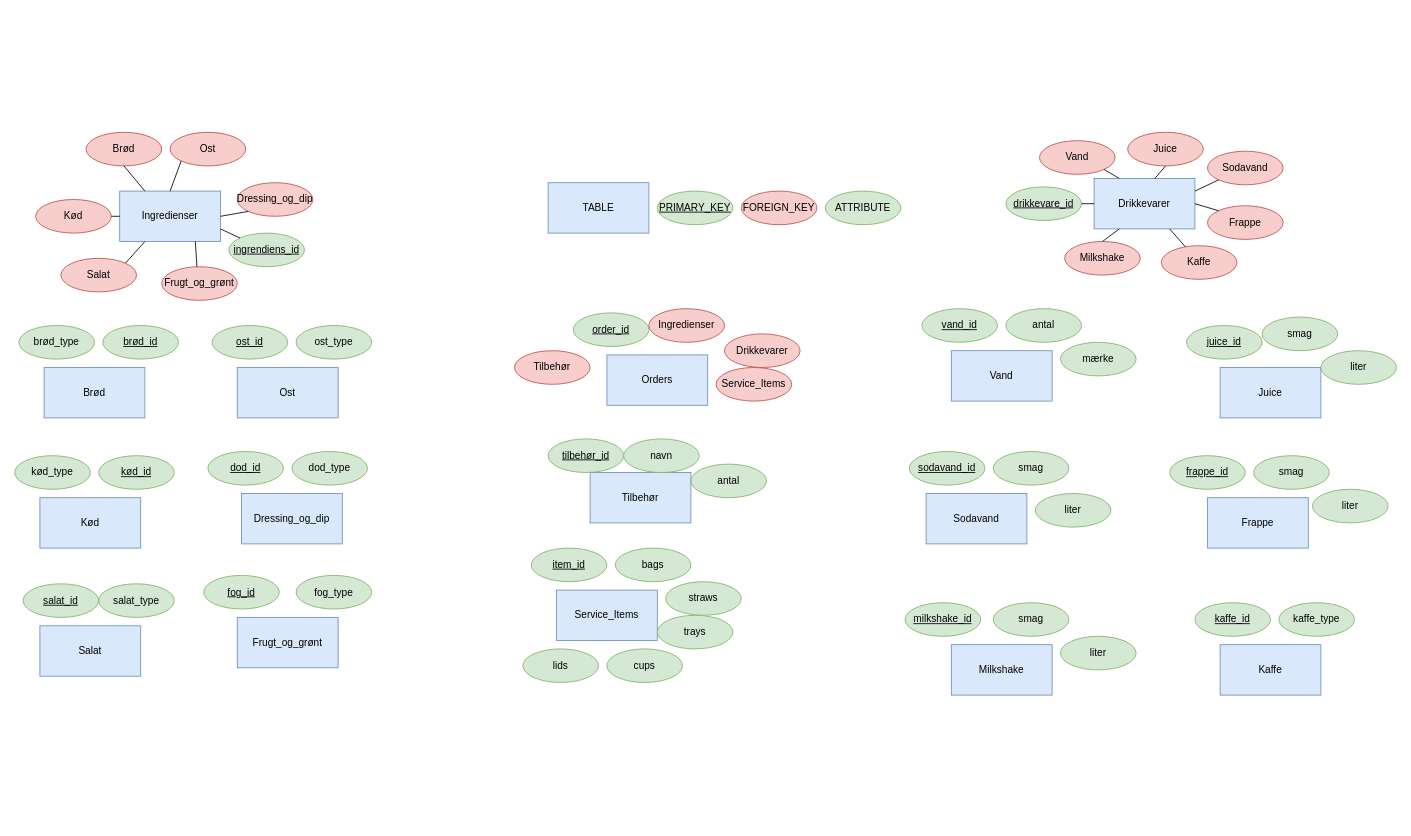
This is Lager_Caseprojekt.drawio from rgammelby/Lager-Case-Projekt, a draw.io file, before an edit. Source tidied: cells renumbered, new cells numbered last; positions are measured from the earlier drawing's top-left corner, leaving out a move shared by most shapes. Both pictures are drawn from the tidied source at 84%, with x=0, y=0 at pixel (14, 132).
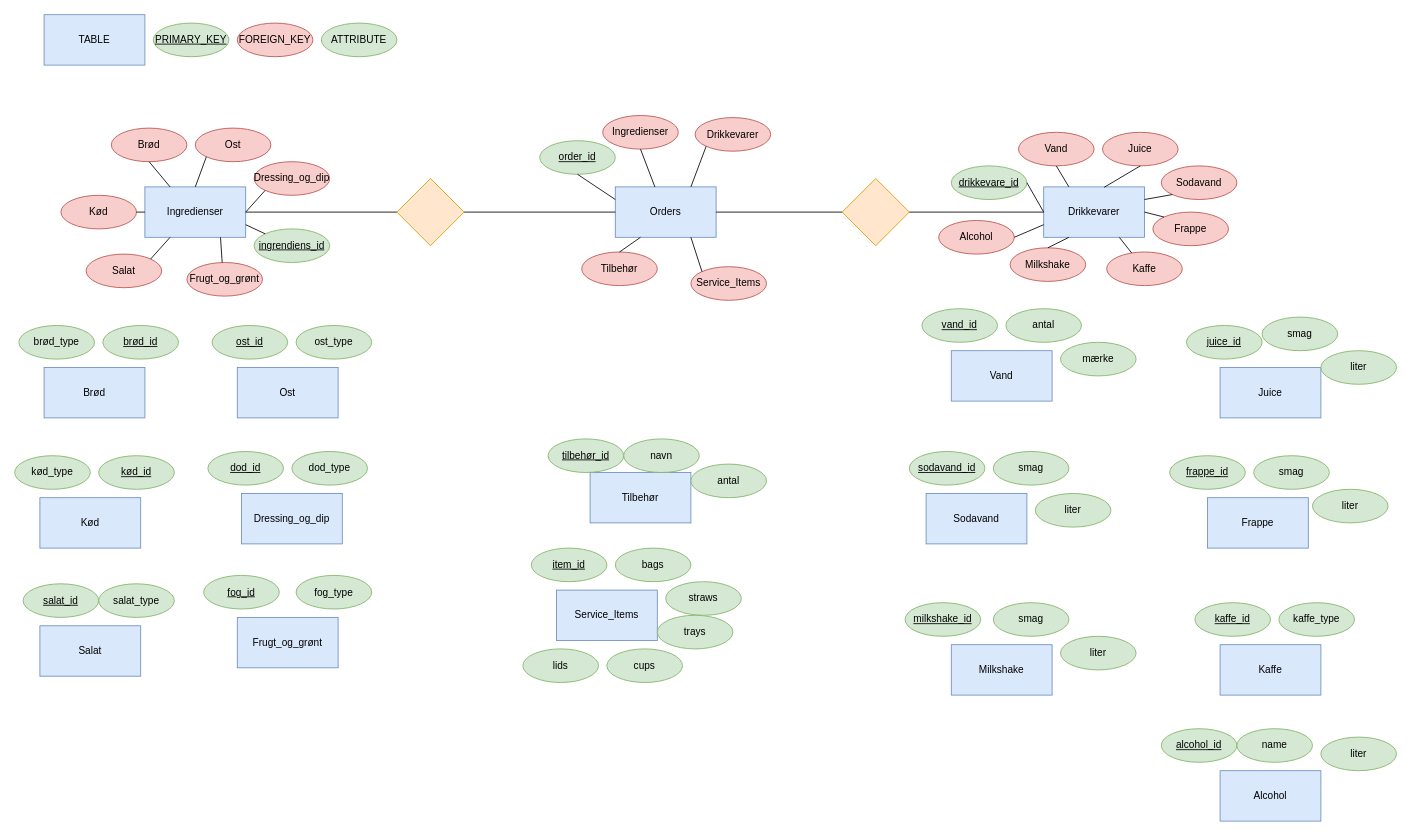
After the change.

Commit message (it also covers changes not shown here):
ER diagram and script updated

Diff of the diagram source:
```diff
@@
     <mxCell id="2" value="Ingredienser" style="rounded=0;whiteSpace=wrap;html=1;fillColor=#dae8fc;strokeColor=#6c8ebf;" parent="1" vertex="1">
-      <mxGeometry x="125" y="70" width="120" height="60" as="geometry" />
+      <mxGeometry x="155" y="65" width="120" height="60" as="geometry" />
     </mxCell>
     <mxCell id="3" value="Drikkevarer" style="rounded=0;whiteSpace=wrap;html=1;fillColor=#dae8fc;strokeColor=#6c8ebf;" parent="1" vertex="1">
-      <mxGeometry x="1285" y="55" width="120" height="60" as="geometry" />
+      <mxGeometry x="1225" y="65" width="120" height="60" as="geometry" />
     </mxCell>
     <mxCell id="4" value="&lt;u&gt;ingrendiens_id&lt;/u&gt;" style="ellipse;whiteSpace=wrap;html=1;fillColor=#d5e8d4;strokeColor=#82b366;" parent="1" vertex="1">
-      <mxGeometry x="255" y="120" width="90" height="40" as="geometry" />
+      <mxGeometry x="285" y="115" width="90" height="40" as="geometry" />
     </mxCell>
@@
     <mxCell id="6" value="Salat" style="ellipse;whiteSpace=wrap;html=1;fillColor=#f8cecc;strokeColor=#b85450;" parent="1" vertex="1">
-      <mxGeometry x="55" y="150" width="90" height="40" as="geometry" />
+      <mxGeometry x="85" y="145" width="90" height="40" as="geometry" />
     </mxCell>
     <mxCell id="7" value="Frugt_og_grønt" style="ellipse;whiteSpace=wrap;html=1;fillColor=#f8cecc;strokeColor=#b85450;" parent="1" vertex="1">
-      <mxGeometry x="175" y="160" width="90" height="40" as="geometry" />
+      <mxGeometry x="205" y="155" width="90" height="40" as="geometry" />
     </mxCell>
     <mxCell id="8" value="Kød" style="ellipse;whiteSpace=wrap;html=1;fillColor=#f8cecc;strokeColor=#b85450;" parent="1" vertex="1">
-      <mxGeometry x="25" y="80" width="90" height="40" as="geometry" />
+      <mxGeometry x="55" y="75" width="90" height="40" as="geometry" />
     </mxCell>
     <mxCell id="9" value="Brød" style="ellipse;whiteSpace=wrap;html=1;fillColor=#f8cecc;strokeColor=#b85450;" parent="1" vertex="1">
-      <mxGeometry x="85" width="90" height="40" as="geometry" />
+      <mxGeometry x="115" y="-5" width="90" height="40" as="geometry" />
     </mxCell>
@@
     <mxCell id="21" value="Ost" style="ellipse;whiteSpace=wrap;html=1;fillColor=#f8cecc;strokeColor=#b85450;" parent="1" vertex="1">
-      <mxGeometry x="185" width="90" height="40" as="geometry" />
+      <mxGeometry x="215" y="-5" width="90" height="40" as="geometry" />
     </mxCell>
@@
     <mxCell id="25" value="Dressing_og_dip" style="ellipse;whiteSpace=wrap;html=1;fillColor=#f8cecc;strokeColor=#b85450;" parent="1" vertex="1">
-      <mxGeometry x="265" y="60" width="90" height="40" as="geometry" />
+      <mxGeometry x="285" y="35" width="90" height="40" as="geometry" />
     </mxCell>
@@
     <mxCell id="29" value="&lt;u&gt;drikkevare_id&lt;/u&gt;" style="ellipse;whiteSpace=wrap;html=1;fillColor=#d5e8d4;strokeColor=#82b366;" parent="1" vertex="1">
-      <mxGeometry x="1180" y="65" width="90" height="40" as="geometry" />
+      <mxGeometry x="1115" y="40" width="90" height="40" as="geometry" />
     </mxCell>
     <mxCell id="30" value="Vand" style="ellipse;whiteSpace=wrap;html=1;fillColor=#f8cecc;strokeColor=#b85450;" parent="1" vertex="1">
-      <mxGeometry x="1220" y="10" width="90" height="40" as="geometry" />
+      <mxGeometry x="1195" width="90" height="40" as="geometry" />
     </mxCell>
     <mxCell id="31" value="Juice" style="ellipse;whiteSpace=wrap;html=1;fillColor=#f8cecc;strokeColor=#b85450;" parent="1" vertex="1">
-      <mxGeometry x="1325" width="90" height="40" as="geometry" />
+      <mxGeometry x="1295" width="90" height="40" as="geometry" />
     </mxCell>
     <mxCell id="32" value="Sodavand" style="ellipse;whiteSpace=wrap;html=1;fillColor=#f8cecc;strokeColor=#b85450;" parent="1" vertex="1">
-      <mxGeometry x="1420" y="22.5" width="90" height="40" as="geometry" />
+      <mxGeometry x="1365" y="40" width="90" height="40" as="geometry" />
     </mxCell>
     <mxCell id="33" value="Milkshake" style="ellipse;whiteSpace=wrap;html=1;fillColor=#f8cecc;strokeColor=#b85450;" parent="1" vertex="1">
-      <mxGeometry x="1250" y="130" width="90" height="40" as="geometry" />
+      <mxGeometry x="1185" y="137.5" width="90" height="40" as="geometry" />
     </mxCell>
     <mxCell id="34" value="Kaffe" style="ellipse;whiteSpace=wrap;html=1;fillColor=#f8cecc;strokeColor=#b85450;" parent="1" vertex="1">
-      <mxGeometry x="1365" y="135" width="90" height="40" as="geometry" />
+      <mxGeometry x="1300" y="142.5" width="90" height="40" as="geometry" />
     </mxCell>
@@
     <mxCell id="44" value="Frappe" style="ellipse;whiteSpace=wrap;html=1;fillColor=#f8cecc;strokeColor=#b85450;" parent="1" vertex="1">
-      <mxGeometry x="1420" y="87.5" width="90" height="40" as="geometry" />
+      <mxGeometry x="1355" y="95" width="90" height="40" as="geometry" />
     </mxCell>
@@
     <mxCell id="70" value="Orders" style="rounded=0;whiteSpace=wrap;html=1;fillColor=#dae8fc;strokeColor=#6c8ebf;" parent="1" vertex="1">
-      <mxGeometry x="705" y="265" width="120" height="60" as="geometry" />
+      <mxGeometry x="715" y="65" width="120" height="60" as="geometry" />
     </mxCell>
     <mxCell id="71" value="&lt;u&gt;order_id&lt;/u&gt;" style="ellipse;whiteSpace=wrap;html=1;fillColor=#d5e8d4;strokeColor=#82b366;" parent="1" vertex="1">
-      <mxGeometry x="665" y="215" width="90" height="40" as="geometry" />
+      <mxGeometry x="625" y="10" width="90" height="40" as="geometry" />
     </mxCell>
@@
     <mxCell id="75" style="endArrow=none;html=1;rounded=0;exitX=0.75;exitY=1;exitDx=0;exitDy=0;entryX=0.578;entryY=0;entryDx=0;entryDy=0;entryPerimeter=0;" parent="1" edge="1" source="2">
       <mxGeometry relative="1" as="geometry">
-        <mxPoint x="217" y="160" as="targetPoint" />
+        <mxPoint x="247" y="155" as="targetPoint" />
       </mxGeometry>
     </mxCell>
@@
     <mxCell id="79" value="TABLE" style="rounded=0;whiteSpace=wrap;html=1;fillColor=#dae8fc;strokeColor=#6c8ebf;" parent="1" vertex="1">
-      <mxGeometry x="635" y="60" width="120" height="60" as="geometry" />
+      <mxGeometry x="35" y="-140" width="120" height="60" as="geometry" />
     </mxCell>
     <mxCell id="80" value="&lt;u&gt;PRIMARY_KEY&lt;/u&gt;" style="ellipse;whiteSpace=wrap;html=1;fillColor=#d5e8d4;strokeColor=#82b366;" parent="1" vertex="1">
-      <mxGeometry x="765" y="70" width="90" height="40" as="geometry" />
+      <mxGeometry x="165" y="-130" width="90" height="40" as="geometry" />
     </mxCell>
     <mxCell id="81" value="ATTRIBUTE" style="ellipse;whiteSpace=wrap;html=1;fillColor=#d5e8d4;strokeColor=#82b366;" parent="1" vertex="1">
-      <mxGeometry x="965" y="70" width="90" height="40" as="geometry" />
+      <mxGeometry x="365" y="-130" width="90" height="40" as="geometry" />
     </mxCell>
     <mxCell id="82" value="FOREIGN_KEY" style="ellipse;whiteSpace=wrap;html=1;fillColor=#f8cecc;strokeColor=#b85450;" parent="1" vertex="1">
-      <mxGeometry x="865" y="70" width="90" height="40" as="geometry" />
+      <mxGeometry x="265" y="-130" width="90" height="40" as="geometry" />
     </mxCell>
@@
-    <mxCell id="84" style="endArrow=none;html=1;rounded=0;exitX=1;exitY=1;exitDx=0;exitDy=0;entryX=0.25;entryY=0;entryDx=0;entryDy=0;" parent="1" edge="1" source="30" target="3">
+    <mxCell id="84" style="endArrow=none;html=1;rounded=0;exitX=0.5;exitY=1;exitDx=0;exitDy=0;entryX=0.25;entryY=0;entryDx=0;entryDy=0;" parent="1" edge="1" source="30" target="3">
       <mxGeometry relative="1" as="geometry" />
     </mxCell>
@@
     <mxCell id="90" value="Ingredienser" style="ellipse;whiteSpace=wrap;html=1;fillColor=#f8cecc;strokeColor=#b85450;" parent="1" vertex="1">
-      <mxGeometry x="755" y="210" width="90" height="40" as="geometry" />
+      <mxGeometry x="700" y="-20" width="90" height="40" as="geometry" />
     </mxCell>
     <mxCell id="91" value="Drikkevarer" style="ellipse;whiteSpace=wrap;html=1;fillColor=#f8cecc;strokeColor=#b85450;" parent="1" vertex="1">
-      <mxGeometry x="845" y="240" width="90" height="40" as="geometry" />
+      <mxGeometry x="810" y="-17.5" width="90" height="40" as="geometry" />
     </mxCell>
     <mxCell id="92" value="Service_Items" style="ellipse;whiteSpace=wrap;html=1;fillColor=#f8cecc;strokeColor=#b85450;" parent="1" vertex="1">
-      <mxGeometry x="835" y="280" width="90" height="40" as="geometry" />
+      <mxGeometry x="805" y="160" width="90" height="40" as="geometry" />
     </mxCell>
     <mxCell id="93" value="Tilbehør" style="ellipse;whiteSpace=wrap;html=1;fillColor=#f8cecc;strokeColor=#b85450;" parent="1" vertex="1">
-      <mxGeometry x="595" y="260" width="90" height="40" as="geometry" />
+      <mxGeometry x="675" y="142.5" width="90" height="40" as="geometry" />
     </mxCell>
+    <mxCell id="94" style="rhombus;whiteSpace=wrap;html=1;fillColor=#ffe6cc;strokeColor=#d79b00;" parent="1" vertex="1">
+      <mxGeometry x="985" y="55" width="80" height="80" as="geometry" />
+    </mxCell>
+    <mxCell id="95" style="rhombus;whiteSpace=wrap;html=1;fillColor=#ffe6cc;strokeColor=#d79b00;" parent="1" vertex="1">
+      <mxGeometry x="455" y="55" width="80" height="80" as="geometry" />
+    </mxCell>
+    <mxCell id="96" style="endArrow=none;html=1;rounded=0;entryX=1;entryY=0.5;entryDx=0;entryDy=0;exitX=0;exitY=0.5;exitDx=0;exitDy=0;" parent="1" edge="1" source="70" target="95">
+      <mxGeometry relative="1" as="geometry" />
+    </mxCell>
+    <mxCell id="97" style="endArrow=none;html=1;rounded=0;entryX=0;entryY=0.5;entryDx=0;entryDy=0;exitX=1;exitY=0.5;exitDx=0;exitDy=0;" parent="1" edge="1" source="2" target="95">
+      <mxGeometry relative="1" as="geometry" />
+    </mxCell>
+    <mxCell id="98" style="endArrow=none;html=1;rounded=0;entryX=1;entryY=0.5;entryDx=0;entryDy=0;exitX=0;exitY=0.5;exitDx=0;exitDy=0;" parent="1" edge="1" source="94" target="70">
+      <mxGeometry relative="1" as="geometry" />
+    </mxCell>
+    <mxCell id="99" style="endArrow=none;html=1;rounded=0;entryX=1;entryY=0.5;entryDx=0;entryDy=0;exitX=0;exitY=0.5;exitDx=0;exitDy=0;" parent="1" edge="1" source="3" target="94">
+      <mxGeometry relative="1" as="geometry" />
+    </mxCell>
+    <mxCell id="100" style="endArrow=none;html=1;rounded=0;entryX=0.5;entryY=1;entryDx=0;entryDy=0;exitX=0;exitY=0.25;exitDx=0;exitDy=0;" parent="1" edge="1" source="70" target="71">
+      <mxGeometry relative="1" as="geometry" />
+    </mxCell>
+    <mxCell id="101" style="endArrow=none;html=1;rounded=0;entryX=0.5;entryY=1;entryDx=0;entryDy=0;exitX=0.393;exitY=0.002;exitDx=0;exitDy=0;exitPerimeter=0;" parent="1" edge="1" source="70" target="90">
+      <mxGeometry relative="1" as="geometry" />
+    </mxCell>
+    <mxCell id="102" style="endArrow=none;html=1;rounded=0;entryX=0.75;entryY=0;entryDx=0;entryDy=0;exitX=0;exitY=1;exitDx=0;exitDy=0;" parent="1" edge="1" source="91" target="70">
+      <mxGeometry relative="1" as="geometry" />
+    </mxCell>
+    <mxCell id="103" style="endArrow=none;html=1;rounded=0;entryX=0;entryY=0;entryDx=0;entryDy=0;exitX=0.75;exitY=1;exitDx=0;exitDy=0;" parent="1" edge="1" source="70" target="92">
+      <mxGeometry relative="1" as="geometry" />
+    </mxCell>
+    <mxCell id="104" style="endArrow=none;html=1;rounded=0;entryX=0.5;entryY=0;entryDx=0;entryDy=0;exitX=0.25;exitY=1;exitDx=0;exitDy=0;" parent="1" edge="1" source="70" target="93">
+      <mxGeometry relative="1" as="geometry" />
+    </mxCell>
+    <mxCell id="105" value="Alcohol" style="ellipse;whiteSpace=wrap;html=1;fillColor=#f8cecc;strokeColor=#b85450;" parent="1" vertex="1">
+      <mxGeometry x="1100" y="105" width="90" height="40" as="geometry" />
+    </mxCell>
+    <mxCell id="106" style="endArrow=none;html=1;rounded=0;exitX=1;exitY=0.5;exitDx=0;exitDy=0;entryX=0;entryY=0.75;entryDx=0;entryDy=0;" parent="1" edge="1" source="105" target="3">
+      <mxGeometry relative="1" as="geometry" />
+    </mxCell>
+    <mxCell id="107" value="Alcohol" style="rounded=0;whiteSpace=wrap;html=1;fillColor=#dae8fc;strokeColor=#6c8ebf;" parent="1" vertex="1">
+      <mxGeometry x="1435" y="760" width="120" height="60" as="geometry" />
+    </mxCell>
+    <mxCell id="108" value="&lt;u&gt;alcohol_id&lt;/u&gt;" style="ellipse;whiteSpace=wrap;html=1;fillColor=#d5e8d4;strokeColor=#82b366;" parent="1" vertex="1">
+      <mxGeometry x="1365" y="710" width="90" height="40" as="geometry" />
+    </mxCell>
+    <mxCell id="109" value="name" style="ellipse;whiteSpace=wrap;html=1;fillColor=#d5e8d4;strokeColor=#82b366;" parent="1" vertex="1">
+      <mxGeometry x="1455" y="710" width="90" height="40" as="geometry" />
+    </mxCell>
+    <mxCell id="110" value="liter" style="ellipse;whiteSpace=wrap;html=1;fillColor=#d5e8d4;strokeColor=#82b366;" parent="1" vertex="1">
+      <mxGeometry x="1555" y="720" width="90" height="40" as="geometry" />
+    </mxCell>
```
